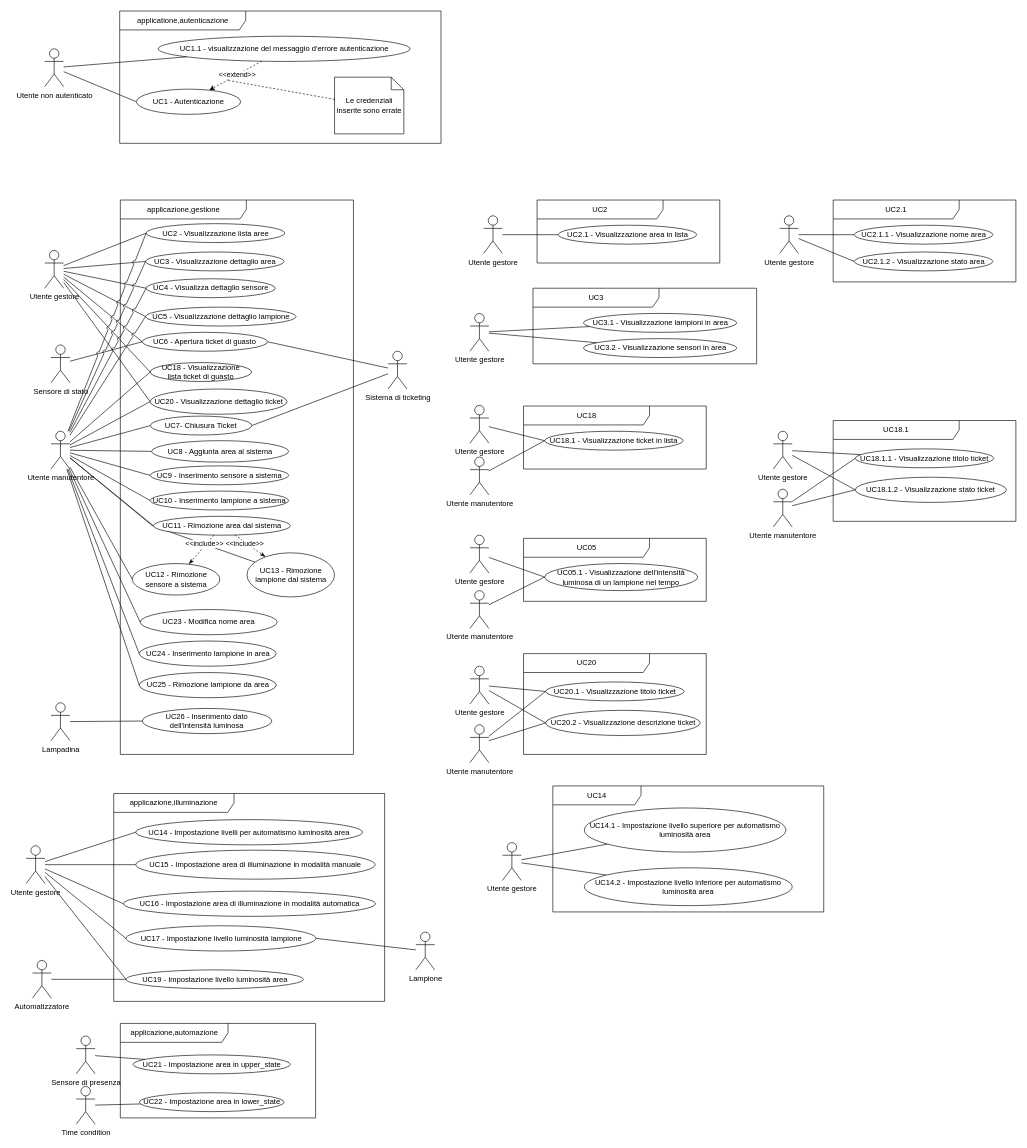
This is page "OK" (1 of 8) of casi_uso_grafici.drawio from SWEasabi/analisi-dei-requisiti, a draw.io file, before an edit. Source tidied: cells renumbered, new cells numbered last; positions are measured from the earlier drawing's top-left corner, leaving out a move shared by most shapes. Both pictures are drawn from the tidied source at 63%, with x=0, y=0 at pixel (26, 11).
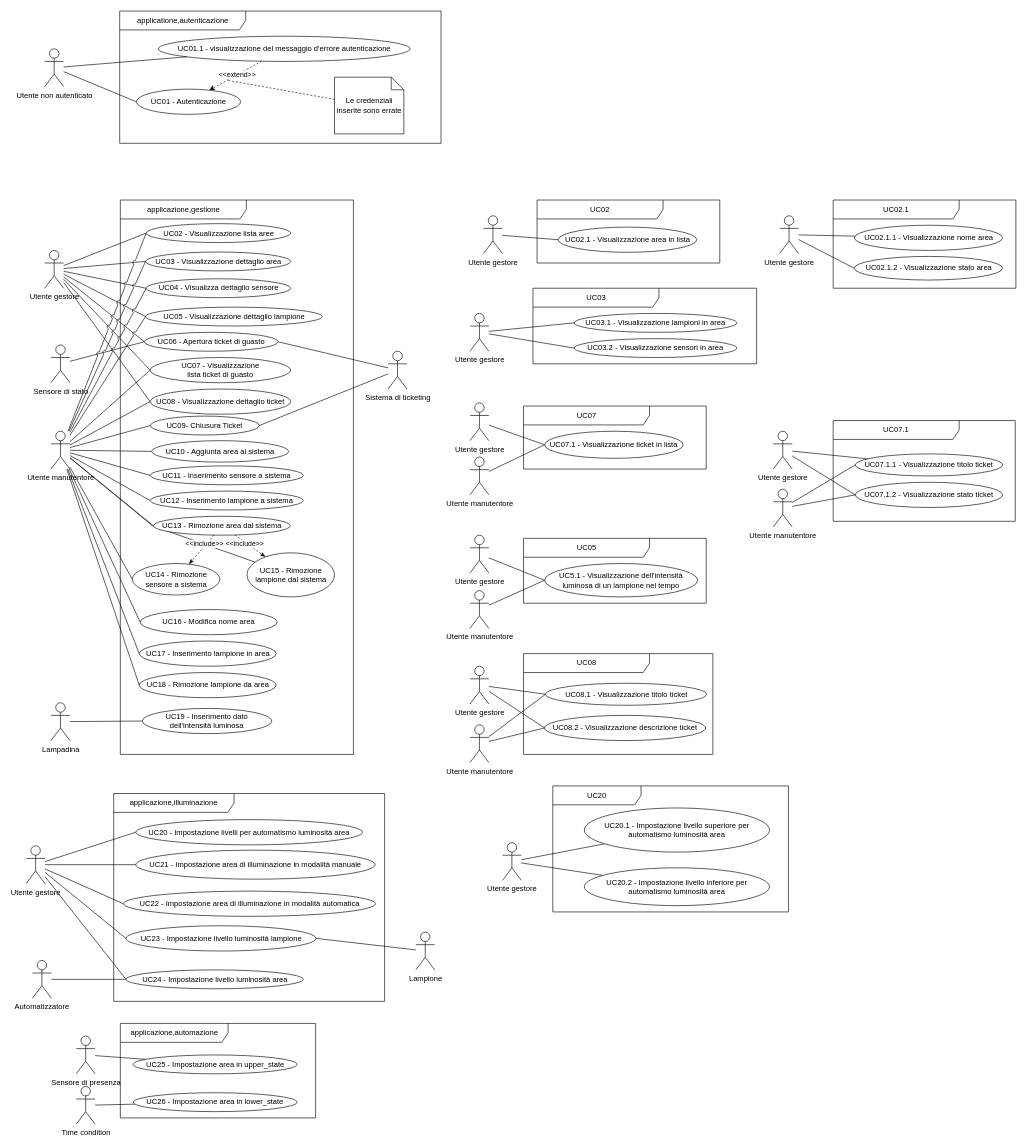
The same diagram, later.

Unchanged cells that the change refers to:
```xml
<mxCell id="24" value="Utente gestore" style="shape=umlActor;verticalLabelPosition=bottom;verticalAlign=top;html=1;outlineConnect=0;gradientColor=none;" parent="1" vertex="1">
  <mxGeometry x="704.5" y="480" width="30" height="60" as="geometry" />
</mxCell>
<mxCell id="36" value="Utente gestore" style="shape=umlActor;verticalLabelPosition=bottom;verticalAlign=top;html=1;outlineConnect=0;gradientColor=none;" parent="1" vertex="1">
  <mxGeometry x="726" y="325" width="30" height="60" as="geometry" />
</mxCell>
```

Change to the diagram source:
```diff
@@
-    <mxCell id="7" value="UC1.1 - visualizzazione del messaggio d'errore autenticazione" style="ellipse;whiteSpace=wrap;html=1;" parent="1" vertex="1">
+    <mxCell id="7" value="UC01.1 - visualizzazione del messaggio d'errore autenticazione" style="ellipse;whiteSpace=wrap;html=1;" parent="1" vertex="1">
       <mxGeometry x="209.5" y="40" width="400" height="40" as="geometry" />
     </mxCell>
@@
-    <mxCell id="17" value="UC3 - Visualizzazione dettaglio area" style="ellipse;whiteSpace=wrap;html=1;" parent="1" vertex="1">
-      <mxGeometry x="189.5" y="382.5" width="220" height="30" as="geometry" />
+    <mxCell id="17" value="UC03 - Visualizzazione dettaglio area" style="ellipse;whiteSpace=wrap;html=1;" parent="1" vertex="1">
+      <mxGeometry x="189.5" y="382.5" width="230.5" height="30" as="geometry" />
     </mxCell>
-    <mxCell id="18" value="UC4 - Visualizza dettaglio sensore" style="ellipse;whiteSpace=wrap;html=1;" parent="1" vertex="1">
-      <mxGeometry x="190.5" y="425" width="205" height="30" as="geometry" />
+    <mxCell id="18" value="UC04 - Visualizza dettaglio sensore" style="ellipse;whiteSpace=wrap;html=1;" parent="1" vertex="1">
+      <mxGeometry x="190.5" y="425" width="229.5" height="30" as="geometry" />
     </mxCell>
-    <mxCell id="19" value="UC5 - Visualizzazione dettaglio lampione" style="ellipse;whiteSpace=wrap;html=1;" parent="1" vertex="1">
-      <mxGeometry x="189.5" y="470" width="239" height="30" as="geometry" />
+    <mxCell id="19" value="UC05 - Visualizzazione dettaglio lampione" style="ellipse;whiteSpace=wrap;html=1;" parent="1" vertex="1">
+      <mxGeometry x="189.5" y="470" width="280.5" height="30" as="geometry" />
     </mxCell>
@@
-    <mxCell id="22" value="UC2 - Visualizzazione lista aree" style="ellipse;whiteSpace=wrap;html=1;" parent="1" vertex="1">
-      <mxGeometry x="190.5" y="337.5" width="220" height="30" as="geometry" />
+    <mxCell id="22" value="UC02 - Visualizzazione lista aree" style="ellipse;whiteSpace=wrap;html=1;" parent="1" vertex="1">
+      <mxGeometry x="190.5" y="337.5" width="229.5" height="30" as="geometry" />
     </mxCell>
-    <mxCell id="23" value="UC3" style="shape=umlFrame;whiteSpace=wrap;html=1;width=200;height=30;" parent="1" vertex="1">
+    <mxCell id="23" value="UC03" style="shape=umlFrame;whiteSpace=wrap;html=1;width=200;height=30;" parent="1" vertex="1">
       <mxGeometry x="804.5" y="440" width="355" height="120" as="geometry" />
     </mxCell>
@@
-    <mxCell id="25" value="UC3.1 - Visualizzazione lampioni in area" style="ellipse;whiteSpace=wrap;html=1;" parent="1" vertex="1">
-      <mxGeometry x="884.5" y="480" width="243.5" height="30" as="geometry" />
+    <mxCell id="25" value="UC03.1 - Visualizzazione lampioni in area" style="ellipse;whiteSpace=wrap;html=1;" parent="1" vertex="1">
+      <mxGeometry x="870" y="480" width="258" height="30" as="geometry" />
     </mxCell>
-    <mxCell id="26" style="edgeStyle=none;rounded=0;jumpStyle=none;jumpSize=15;jettySize=auto;html=1;endArrow=none;endFill=0;" parent="1" edge="1" source="24" target="25">
+    <mxCell id="26" style="edgeStyle=none;rounded=0;jumpStyle=none;jumpSize=15;jettySize=auto;html=1;endArrow=none;endFill=0;entryX=0;entryY=0.5;entryDx=0;entryDy=0;" parent="1" edge="1" source="24" target="25">
       <mxGeometry relative="1" as="geometry" />
     </mxCell>
-    <mxCell id="27" style="edgeStyle=none;html=1;endArrow=none;endFill=0;" parent="1" edge="1" source="28" target="24">
+    <mxCell id="27" style="edgeStyle=none;html=1;endArrow=none;endFill=0;exitX=0;exitY=0.5;exitDx=0;exitDy=0;" parent="1" edge="1" source="28" target="24">
       <mxGeometry relative="1" as="geometry" />
     </mxCell>
-    <mxCell id="28" value="UC3.2 - Visualizzazione sensori in area" style="ellipse;whiteSpace=wrap;html=1;" parent="1" vertex="1">
-      <mxGeometry x="884.5" y="520" width="243.5" height="30" as="geometry" />
+    <mxCell id="28" value="UC03.2 - Visualizzazione sensori in area" style="ellipse;whiteSpace=wrap;html=1;" parent="1" vertex="1">
+      <mxGeometry x="870" y="520" width="258" height="30" as="geometry" />
     </mxCell>
-    <mxCell id="29" value="UC14" style="shape=umlFrame;whiteSpace=wrap;html=1;width=140;height=30;" parent="1" vertex="1">
-      <mxGeometry x="836" y="1230" width="430" height="200" as="geometry" />
+    <mxCell id="29" value="UC20" style="shape=umlFrame;whiteSpace=wrap;html=1;width=140;height=30;" parent="1" vertex="1">
+      <mxGeometry x="836" y="1230" width="374" height="200" as="geometry" />
     </mxCell>
@@
-    <mxCell id="33" value="UC14.1 - Impostazione livello superiore per automatismo luminosità area" style="ellipse;whiteSpace=wrap;html=1;" parent="1" vertex="1">
-      <mxGeometry x="886" y="1265" width="320" height="70" as="geometry" />
+    <mxCell id="33" value="UC20.1 - Impostazione livello superiore per &lt;br&gt;automatismo luminosità area" style="ellipse;whiteSpace=wrap;html=1;" parent="1" vertex="1">
+      <mxGeometry x="886" y="1265" width="294" height="70" as="geometry" />
     </mxCell>
-    <mxCell id="34" value="UC14.2 - Impostazione livello inferiore per automatismo luminosità area" style="ellipse;whiteSpace=wrap;html=1;" parent="1" vertex="1">
-      <mxGeometry x="886" y="1360" width="330" height="60" as="geometry" />
+    <mxCell id="34" value="UC20.2 - Impostazione livello inferiore per &lt;br&gt;automatismo luminosità area" style="ellipse;whiteSpace=wrap;html=1;" parent="1" vertex="1">
+      <mxGeometry x="886" y="1360" width="294" height="60" as="geometry" />
     </mxCell>
-    <mxCell id="35" value="UC2" style="shape=umlFrame;whiteSpace=wrap;html=1;width=200;height=30;" parent="1" vertex="1">
+    <mxCell id="35" value="UC02" style="shape=umlFrame;whiteSpace=wrap;html=1;width=200;height=30;" parent="1" vertex="1">
       <mxGeometry x="811" y="300" width="290" height="100" as="geometry" />
     </mxCell>
@@
-    <mxCell id="37" value="UC2.1 - Visualizzazione area in lista" style="ellipse;whiteSpace=wrap;html=1;" parent="1" vertex="1">
-      <mxGeometry x="844.5" y="340" width="220" height="30" as="geometry" />
+    <mxCell id="37" value="UC02.1 - Visualizzazione area in lista" style="ellipse;whiteSpace=wrap;html=1;" parent="1" vertex="1">
+      <mxGeometry x="844.5" y="343" width="220" height="40" as="geometry" />
     </mxCell>
-    <mxCell id="38" style="edgeStyle=none;rounded=0;jumpStyle=none;jumpSize=15;jettySize=auto;html=1;endArrow=none;endFill=0;" parent="1" edge="1" source="36" target="37">
+    <mxCell id="38" style="edgeStyle=none;rounded=0;jumpStyle=none;jumpSize=15;jettySize=auto;html=1;endArrow=none;endFill=0;entryX=0;entryY=0.5;entryDx=0;entryDy=0;" parent="1" edge="1" source="36" target="37">
       <mxGeometry relative="1" as="geometry" />
     </mxCell>
-    <mxCell id="39" value="UC19 - Impostazione livello luminosità area" style="ellipse;whiteSpace=wrap;html=1;gradientColor=none;" parent="1" vertex="1">
+    <mxCell id="39" value="UC24 - Impostazione livello luminosità area" style="ellipse;whiteSpace=wrap;html=1;gradientColor=none;" parent="1" vertex="1">
       <mxGeometry x="158.5" y="1522" width="281.5" height="30" as="geometry" />
     </mxCell>
@@
-    <mxCell id="41" value="UC17 - Impostazione livello luminosità lampione" style="ellipse;whiteSpace=wrap;html=1;" parent="1" vertex="1">
+    <mxCell id="41" value="UC23 - Impostazione livello luminosità lampione" style="ellipse;whiteSpace=wrap;html=1;" parent="1" vertex="1">
       <mxGeometry x="158.5" y="1452" width="301.5" height="40" as="geometry" />
     </mxCell>
@@
-    <mxCell id="48" value="UC6 - Apertura ticket di guasto" style="ellipse;whiteSpace=wrap;html=1;" parent="1" vertex="1">
-      <mxGeometry x="184.2" y="510" width="199" height="30" as="geometry" />
+    <mxCell id="48" value="UC06 - Apertura ticket di guasto" style="ellipse;whiteSpace=wrap;html=1;" parent="1" vertex="1">
+      <mxGeometry x="187.6" y="510" width="212.4" height="30" as="geometry" />
     </mxCell>
@@
-    <mxCell id="53" value="UC10 - Inserimento lampione a sistema" style="ellipse;whiteSpace=wrap;html=1;" parent="1" vertex="1">
-      <mxGeometry x="196.8" y="762" width="220" height="30" as="geometry" />
+    <mxCell id="53" value="UC12 - Inserimento lampione a sistema" style="ellipse;whiteSpace=wrap;html=1;" parent="1" vertex="1">
+      <mxGeometry x="196.8" y="762" width="243.2" height="30" as="geometry" />
     </mxCell>
@@
-    <mxCell id="57" value="UC7- Chiusura Ticket" style="ellipse;whiteSpace=wrap;html=1;" parent="1" vertex="1">
-      <mxGeometry x="197.2" y="643" width="161" height="30" as="geometry" />
+    <mxCell id="57" value="UC09- Chiusura Ticket" style="ellipse;whiteSpace=wrap;html=1;" parent="1" vertex="1">
+      <mxGeometry x="197.2" y="643" width="172.8" height="30" as="geometry" />
     </mxCell>
-    <mxCell id="58" value="UC9 - Inserimento sensore a sistema" style="ellipse;whiteSpace=wrap;html=1;" parent="1" vertex="1">
-      <mxGeometry x="196.8" y="722" width="220" height="30" as="geometry" />
+    <mxCell id="58" value="UC11 - Inserimento sensore a sistema" style="ellipse;whiteSpace=wrap;html=1;" parent="1" vertex="1">
+      <mxGeometry x="196.8" y="722" width="243.2" height="30" as="geometry" />
     </mxCell>
@@
-    <mxCell id="60" value="UC13 - Rimozione lampione dal sistema" style="ellipse;whiteSpace=wrap;html=1;" parent="1" vertex="1">
+    <mxCell id="60" value="UC15 - Rimozione lampione dal sistema" style="ellipse;whiteSpace=wrap;html=1;" parent="1" vertex="1">
       <mxGeometry x="350.5" y="860" width="139" height="70" as="geometry" />
     </mxCell>
-    <mxCell id="61" value="UC8 - Aggiunta area al sistema" style="ellipse;whiteSpace=wrap;html=1;" parent="1" vertex="1">
+    <mxCell id="61" value="UC10 - Aggiunta area al sistema" style="ellipse;whiteSpace=wrap;html=1;" parent="1" vertex="1">
       <mxGeometry x="199.2" y="682" width="217.5" height="34" as="geometry" />
     </mxCell>
@@
-    <mxCell id="63" value="UC11 - Rimozione area dal sistema" style="ellipse;whiteSpace=wrap;html=1;" parent="1" vertex="1">
+    <mxCell id="63" value="UC13 - Rimozione area dal sistema" style="ellipse;whiteSpace=wrap;html=1;" parent="1" vertex="1">
       <mxGeometry x="202" y="802" width="217.5" height="30" as="geometry" />
     </mxCell>
@@
-    <mxCell id="69" value="UC12 - Rimozione sensore a sistema" style="ellipse;whiteSpace=wrap;html=1;" parent="1" vertex="1">
+    <mxCell id="69" value="UC14 - Rimozione sensore a sistema" style="ellipse;whiteSpace=wrap;html=1;" parent="1" vertex="1">
       <mxGeometry x="168.5" y="877" width="139" height="50" as="geometry" />
     </mxCell>
@@
-    <mxCell id="75" value="UC16 - Impostazione area di illuminazione in modalità automatica" style="ellipse;whiteSpace=wrap;html=1;" parent="1" vertex="1">
+    <mxCell id="75" value="UC22 - Impostazione area di illuminazione in modalità automatica" style="ellipse;whiteSpace=wrap;html=1;" parent="1" vertex="1">
       <mxGeometry x="154.5" y="1397" width="400" height="40" as="geometry" />
     </mxCell>
-    <mxCell id="76" value="UC15 - Impostazione area di illuminazione in modalità manuale" style="ellipse;whiteSpace=wrap;html=1;" parent="1" vertex="1">
+    <mxCell id="76" value="UC21 - Impostazione area di illuminazione in modalità manuale" style="ellipse;whiteSpace=wrap;html=1;" parent="1" vertex="1">
       <mxGeometry x="174" y="1332" width="380" height="46" as="geometry" />
     </mxCell>
-    <mxCell id="77" value="UC14 - Impostazione livelli per automatismo luminosità area" style="ellipse;whiteSpace=wrap;html=1;" parent="1" vertex="1">
+    <mxCell id="77" value="UC20 - Impostazione livelli per automatismo luminosità area" style="ellipse;whiteSpace=wrap;html=1;" parent="1" vertex="1">
       <mxGeometry x="174" y="1283.5" width="360" height="40" as="geometry" />
     </mxCell>
@@
-    <mxCell id="82" value="UC21 - Impostazione area in upper_state" style="ellipse;whiteSpace=wrap;html=1;gradientColor=none;" parent="1" vertex="1">
-      <mxGeometry x="169.5" y="1657" width="250" height="30" as="geometry" />
+    <mxCell id="82" value="UC25 - Impostazione area in upper_state" style="ellipse;whiteSpace=wrap;html=1;gradientColor=none;" parent="1" vertex="1">
+      <mxGeometry x="169.5" y="1657" width="260.5" height="30" as="geometry" />
     </mxCell>
@@
-    <mxCell id="85" value="UC22 - Impostazione area in lower_state" style="ellipse;whiteSpace=wrap;html=1;gradientColor=none;" parent="1" vertex="1">
-      <mxGeometry x="179.5" y="1717" width="230" height="30" as="geometry" />
+    <mxCell id="85" value="UC26 - Impostazione area in lower_state" style="ellipse;whiteSpace=wrap;html=1;gradientColor=none;" parent="1" vertex="1">
+      <mxGeometry x="170" y="1717" width="260" height="30" as="geometry" />
     </mxCell>
-    <mxCell id="86" value="UC1 - Autenticazione" style="ellipse;whiteSpace=wrap;html=1;" parent="1" vertex="1">
+    <mxCell id="86" value="UC01 - Autenticazione" style="ellipse;whiteSpace=wrap;html=1;" parent="1" vertex="1">
       <mxGeometry x="175" y="124" width="165.5" height="40" as="geometry" />
     </mxCell>
-    <mxCell id="87" value="UC18&amp;nbsp;- Visualizzazione lista&amp;nbsp;ticket di guasto" style="ellipse;whiteSpace=wrap;html=1;" parent="1" vertex="1">
-      <mxGeometry x="196.8" y="558" width="161" height="30" as="geometry" />
+    <mxCell id="87" value="UC07 - Visualizzazione &lt;br&gt;lista&amp;nbsp;ticket di guasto" style="ellipse;whiteSpace=wrap;html=1;" parent="1" vertex="1">
+      <mxGeometry x="196.8" y="550" width="223.2" height="40" as="geometry" />
     </mxCell>
@@
-    <mxCell id="90" value="UC23 - Modifica nome area" style="ellipse;whiteSpace=wrap;html=1;" parent="1" vertex="1">
+    <mxCell id="90" value="UC16 - Modifica nome area" style="ellipse;whiteSpace=wrap;html=1;" parent="1" vertex="1">
       <mxGeometry x="181" y="950" width="217.5" height="40" as="geometry" />
     </mxCell>
@@
-    <mxCell id="92" value="UC24 - Inserimento lampione in area" style="ellipse;whiteSpace=wrap;html=1;" parent="1" vertex="1">
+    <mxCell id="92" value="UC17 - Inserimento lampione in area" style="ellipse;whiteSpace=wrap;html=1;" parent="1" vertex="1">
       <mxGeometry x="179.5" y="1000" width="217.5" height="40" as="geometry" />
     </mxCell>
-    <mxCell id="93" value="UC25&amp;nbsp;- Rimozione lampione da area" style="ellipse;whiteSpace=wrap;html=1;" parent="1" vertex="1">
+    <mxCell id="93" value="UC18 - Rimozione lampione da area" style="ellipse;whiteSpace=wrap;html=1;" parent="1" vertex="1">
       <mxGeometry x="179.5" y="1050" width="217.5" height="40" as="geometry" />
     </mxCell>
@@
-    <mxCell id="96" value="UC18" style="shape=umlFrame;whiteSpace=wrap;html=1;width=200;height=30;" parent="1" vertex="1">
+    <mxCell id="96" value="UC07" style="shape=umlFrame;whiteSpace=wrap;html=1;width=200;height=30;" parent="1" vertex="1">
       <mxGeometry x="789.5" y="627" width="290" height="100" as="geometry" />
     </mxCell>
     <mxCell id="97" value="Utente gestore" style="shape=umlActor;verticalLabelPosition=bottom;verticalAlign=top;html=1;outlineConnect=0;gradientColor=none;" parent="1" vertex="1">
-      <mxGeometry x="704.5" y="626" width="30" height="60" as="geometry" />
+      <mxGeometry x="704.5" y="622" width="30" height="60" as="geometry" />
     </mxCell>
-    <mxCell id="98" value="UC18.1 - Visualizzazione ticket in lista" style="ellipse;whiteSpace=wrap;html=1;" parent="1" vertex="1">
-      <mxGeometry x="823" y="667" width="220" height="30" as="geometry" />
+    <mxCell id="98" value="UC07.1 - Visualizzazione ticket in lista" style="ellipse;whiteSpace=wrap;html=1;" parent="1" vertex="1">
+      <mxGeometry x="823" y="667" width="220" height="43" as="geometry" />
     </mxCell>
@@
-    <mxCell id="100" value="UC18.1" style="shape=umlFrame;whiteSpace=wrap;html=1;width=200;height=30;" parent="1" vertex="1">
-      <mxGeometry x="1281" y="650" width="290" height="160" as="geometry" />
+    <mxCell id="100" value="UC07.1" style="shape=umlFrame;whiteSpace=wrap;html=1;width=200;height=30;" parent="1" vertex="1">
+      <mxGeometry x="1281" y="650" width="289" height="160" as="geometry" />
     </mxCell>
@@
-    <mxCell id="102" value="UC18.1.1 - Visualizzazione titolo ticket" style="ellipse;whiteSpace=wrap;html=1;" parent="1" vertex="1">
-      <mxGeometry x="1316" y="695" width="220" height="30" as="geometry" />
+    <mxCell id="102" value="UC07.1.1 - Visualizzazione titolo ticket" style="ellipse;whiteSpace=wrap;html=1;" parent="1" vertex="1">
+      <mxGeometry x="1316" y="703" width="234" height="35" as="geometry" />
     </mxCell>
@@
-    <mxCell id="104" value="UC18.1.2 - Visualizzazione stato ticket" style="ellipse;whiteSpace=wrap;html=1;" parent="1" vertex="1">
-      <mxGeometry x="1316" y="740" width="240" height="40" as="geometry" />
+    <mxCell id="104" value="UC07.1.2 - Visualizzazione stato ticket" style="ellipse;whiteSpace=wrap;html=1;" parent="1" vertex="1">
+      <mxGeometry x="1316" y="748" width="234" height="40" as="geometry" />
     </mxCell>
@@
-    <mxCell id="111" value="UC26 - Inserimento dato &lt;br&gt;dell'intensità luminosa" style="ellipse;whiteSpace=wrap;html=1;" parent="1" vertex="1">
+    <mxCell id="111" value="UC19 - Inserimento dato &lt;br&gt;dell'intensità luminosa" style="ellipse;whiteSpace=wrap;html=1;" parent="1" vertex="1">
       <mxGeometry x="184.2" y="1107" width="205.8" height="40" as="geometry" />
     </mxCell>
@@
     <mxCell id="113" value="UC05" style="shape=umlFrame;whiteSpace=wrap;html=1;width=200;height=30;" parent="1" vertex="1">
-      <mxGeometry x="789.5" y="837" width="290" height="100" as="geometry" />
+      <mxGeometry x="789.5" y="837" width="290" height="103" as="geometry" />
     </mxCell>
@@
-    <mxCell id="115" value="UC05.1 -&amp;nbsp;&lt;span style=&quot;background-color: initial;&quot;&gt;Visualizzazione dell'intensità&lt;/span&gt;&lt;div&gt;luminosa di un lampione nel tempo&lt;/div&gt;" style="ellipse;whiteSpace=wrap;html=1;" parent="1" vertex="1">
-      <mxGeometry x="823" y="877" width="243" height="43" as="geometry" />
+    <mxCell id="115" value="UC5.1 -&amp;nbsp;&lt;span style=&quot;background-color: initial;&quot;&gt;Visualizzazione dell'intensità&lt;/span&gt;&lt;div&gt;luminosa di un lampione nel tempo&lt;/div&gt;" style="ellipse;whiteSpace=wrap;html=1;" parent="1" vertex="1">
+      <mxGeometry x="823" y="877" width="243" height="53" as="geometry" />
     </mxCell>
@@
-    <mxCell id="119" value="UC20 - Visualizzazione dettaglio ticket" style="ellipse;whiteSpace=wrap;html=1;" parent="1" vertex="1">
-      <mxGeometry x="196.8" y="600" width="217.5" height="40" as="geometry" />
+    <mxCell id="119" value="UC08 - Visualizzazione dettaglio ticket" style="ellipse;whiteSpace=wrap;html=1;" parent="1" vertex="1">
+      <mxGeometry x="196.8" y="600" width="223.2" height="40" as="geometry" />
     </mxCell>
-    <mxCell id="120" value="UC20" style="shape=umlFrame;whiteSpace=wrap;html=1;width=200;height=30;" parent="1" vertex="1">
-      <mxGeometry x="789.5" y="1020" width="290" height="160" as="geometry" />
+    <mxCell id="120" value="UC08" style="shape=umlFrame;whiteSpace=wrap;html=1;width=200;height=30;" parent="1" vertex="1">
+      <mxGeometry x="789.5" y="1020" width="300.5" height="160" as="geometry" />
     </mxCell>
@@
-    <mxCell id="122" value="UC20.1 - Visualizzazione titolo ticket" style="ellipse;whiteSpace=wrap;html=1;" parent="1" vertex="1">
-      <mxGeometry x="824.5" y="1065" width="220" height="30" as="geometry" />
+    <mxCell id="122" value="UC08.1 - Visualizzazione titolo ticket" style="ellipse;whiteSpace=wrap;html=1;" parent="1" vertex="1">
+      <mxGeometry x="824.5" y="1067" width="255.5" height="35" as="geometry" />
     </mxCell>
@@
-    <mxCell id="124" value="UC20.2 - Visualizzazione descrizione ticket" style="ellipse;whiteSpace=wrap;html=1;" parent="1" vertex="1">
-      <mxGeometry x="824.5" y="1110" width="245.5" height="40" as="geometry" />
+    <mxCell id="124" value="UC08.2 - Visualizzazione descrizione ticket" style="ellipse;whiteSpace=wrap;html=1;" parent="1" vertex="1">
+      <mxGeometry x="823" y="1118" width="255.5" height="40" as="geometry" />
     </mxCell>
@@
-    <mxCell id="126" value="UC2.1" style="shape=umlFrame;whiteSpace=wrap;html=1;width=200;height=30;" parent="1" vertex="1">
-      <mxGeometry x="1281" y="300" width="290" height="130" as="geometry" />
+    <mxCell id="126" value="UC02.1" style="shape=umlFrame;whiteSpace=wrap;html=1;width=200;height=30;" parent="1" vertex="1">
+      <mxGeometry x="1281" y="300" width="290" height="140" as="geometry" />
     </mxCell>
@@
-    <mxCell id="128" value="UC2.1.1 - Visualizzazione nome area" style="ellipse;whiteSpace=wrap;html=1;" parent="1" vertex="1">
-      <mxGeometry x="1314.5" y="340" width="220" height="30" as="geometry" />
+    <mxCell id="128" value="UC02.1.1 - Visualizzazione nome area" style="ellipse;whiteSpace=wrap;html=1;" parent="1" vertex="1">
+      <mxGeometry x="1314.5" y="340" width="235.5" height="40" as="geometry" />
     </mxCell>
@@
-    <mxCell id="130" value="UC2.1.2 - Visualizzazione stato area" style="ellipse;whiteSpace=wrap;html=1;" parent="1" vertex="1">
-      <mxGeometry x="1314.5" y="382.5" width="220" height="30" as="geometry" />
+    <mxCell id="130" value="UC02.1.2 - Visualizzazione stato area" style="ellipse;whiteSpace=wrap;html=1;" parent="1" vertex="1">
+      <mxGeometry x="1314.5" y="389.5" width="235.5" height="37.5" as="geometry" />
     </mxCell>
```
